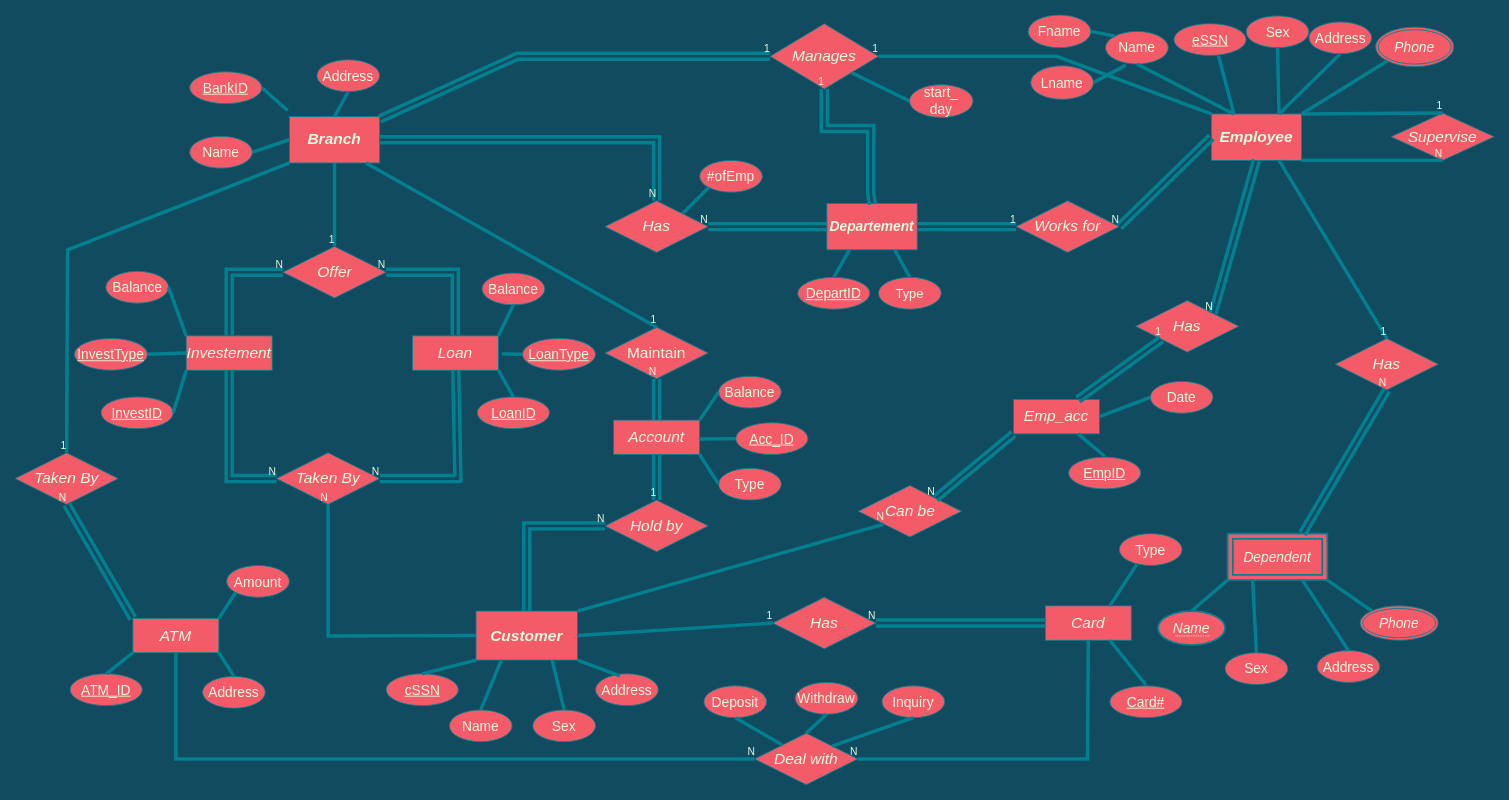
Above: BankManagement_ERD.drawio in omgits0mar/Database_fcis (draw.io), before the change. Source tidied: cells renumbered, new cells numbered last; positions are measured from the earlier drawing's top-left corner, leaving out a move shared by most shapes. Both pictures are drawn from the tidied source at 86%, with x=0, y=0 at pixel (15, 15).
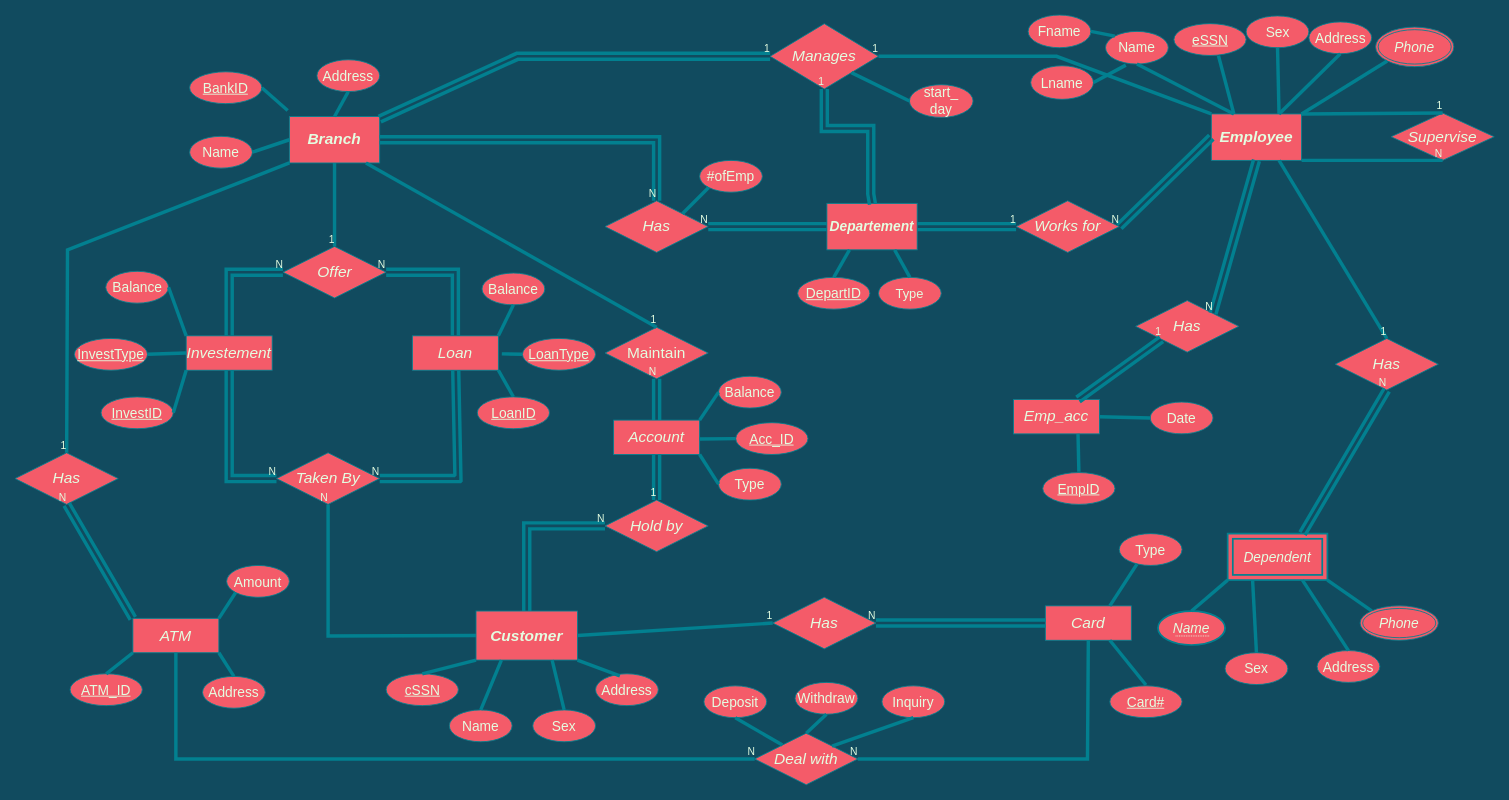
After the change.

Unchanged cells that the change refers to:
```xml
<mxCell id="43" value="&lt;i&gt;&lt;font size=&quot;1&quot;&gt;&lt;b style=&quot;font-size: 18px&quot;&gt;Customer&lt;/b&gt;&lt;/font&gt;&lt;/i&gt;" style="whiteSpace=wrap;html=1;align=center;rounded=0;sketch=0;strokeColor=#028090;fillColor=#F45B69;fontSize=14;fontColor=#E4FDE1;" parent="1" vertex="1">
  <mxGeometry x="536" y="693" width="118" height="57" as="geometry" />
</mxCell>
<mxCell id="112" value="&lt;i&gt;&lt;font style=&quot;font-size: 18px&quot;&gt;Emp_acc&lt;/font&gt;&lt;/i&gt;" style="whiteSpace=wrap;html=1;align=center;rounded=0;sketch=0;strokeColor=#028090;fillColor=#F45B69;fontSize=14;fontColor=#E4FDE1;" parent="1" vertex="1">
  <mxGeometry x="1161" y="447" width="100" height="40" as="geometry" />
</mxCell>
```

Change to the diagram source:
```diff
@@
-    <mxCell id="91" value="&lt;i&gt;&lt;font style=&quot;font-size: 18px&quot;&gt;Taken By&lt;/font&gt;&lt;/i&gt;" style="shape=rhombus;perimeter=rhombusPerimeter;whiteSpace=wrap;html=1;align=center;rounded=0;sketch=0;strokeColor=#028090;fillColor=#F45B69;fontSize=14;fontColor=#E4FDE1;" parent="1" vertex="1">
+    <mxCell id="91" value="&lt;i&gt;&lt;font style=&quot;font-size: 18px&quot;&gt;Has&lt;/font&gt;&lt;/i&gt;" style="shape=rhombus;perimeter=rhombusPerimeter;whiteSpace=wrap;html=1;align=center;rounded=0;sketch=0;strokeColor=#028090;fillColor=#F45B69;fontSize=14;fontColor=#E4FDE1;" parent="1" vertex="1">
       <mxGeometry y="509" width="120" height="60" as="geometry" />
     </mxCell>
@@
-    <mxCell id="113" value="&lt;i&gt;&lt;font style=&quot;font-size: 18px&quot;&gt;Can be&lt;/font&gt;&lt;/i&gt;" style="shape=rhombus;perimeter=rhombusPerimeter;whiteSpace=wrap;html=1;align=center;rounded=0;sketch=0;strokeColor=#028090;fillColor=#F45B69;fontSize=14;fontColor=#E4FDE1;" parent="1" vertex="1">
-      <mxGeometry x="980.5" y="547" width="120" height="60" as="geometry" />
-    </mxCell>
@@
-    <mxCell id="115" style="shape=link;html=1;rounded=0;startSize=6;endSize=6;strokeColor=#028090;strokeWidth=4;fillColor=#F45B69;fontColor=#E4FDE1;entryX=1;entryY=0;entryDx=0;entryDy=0;exitX=0;exitY=1;exitDx=0;exitDy=0;labelBackgroundColor=#114B5F;" parent="1" edge="1" source="112" target="113">
-      <mxGeometry relative="1" as="geometry" />
-    </mxCell>
-    <mxCell id="116" value="N" style="html=1;align=right;verticalAlign=bottom;fillColor=#F45B69;strokeColor=#028090;fontColor=#E4FDE1;" parent="115" vertex="1">
-      <mxGeometry x="1" relative="1" as="geometry" />
-    </mxCell>
-    <mxCell id="117" style="endArrow=none;html=1;rounded=0;strokeColor=#028090;strokeWidth=4;fillColor=#F45B69;fontColor=#E4FDE1;entryX=0;entryY=1;entryDx=0;entryDy=0;exitX=1;exitY=0;exitDx=0;exitDy=0;labelBackgroundColor=#114B5F;" parent="1" edge="1" source="43" target="113">
-      <mxGeometry relative="1" as="geometry" />
-    </mxCell>
-    <mxCell id="118" value="N" style="html=1;align=right;verticalAlign=bottom;fillColor=#F45B69;strokeColor=#028090;fontColor=#E4FDE1;" parent="117" vertex="1">
-      <mxGeometry x="1" relative="1" as="geometry" />
-    </mxCell>
@@
     <mxCell id="146" value="&lt;font style=&quot;font-size: 16px&quot;&gt;EmpID&lt;/font&gt;" style="ellipse;whiteSpace=wrap;html=1;align=center;fontStyle=4;rounded=0;sketch=0;strokeColor=#028090;fillColor=#F45B69;fontSize=14;fontColor=#E4FDE1;strokeWidth=1;perimeterSpacing=1;" parent="1" vertex="1">
-      <mxGeometry x="1225" y="514" width="84" height="37" as="geometry" />
+      <mxGeometry x="1195" y="532" width="84" height="37" as="geometry" />
     </mxCell>
     <mxCell id="147" value="&lt;font style=&quot;font-size: 16px&quot;&gt;Date&lt;/font&gt;" style="ellipse;whiteSpace=wrap;html=1;align=center;rounded=0;sketch=0;strokeColor=#028090;fillColor=#F45B69;fontSize=14;fontColor=#E4FDE1;" parent="1" vertex="1">
-      <mxGeometry x="1320" y="426" width="73" height="37" as="geometry" />
+      <mxGeometry x="1320" y="450" width="73" height="37" as="geometry" />
     </mxCell>
```
